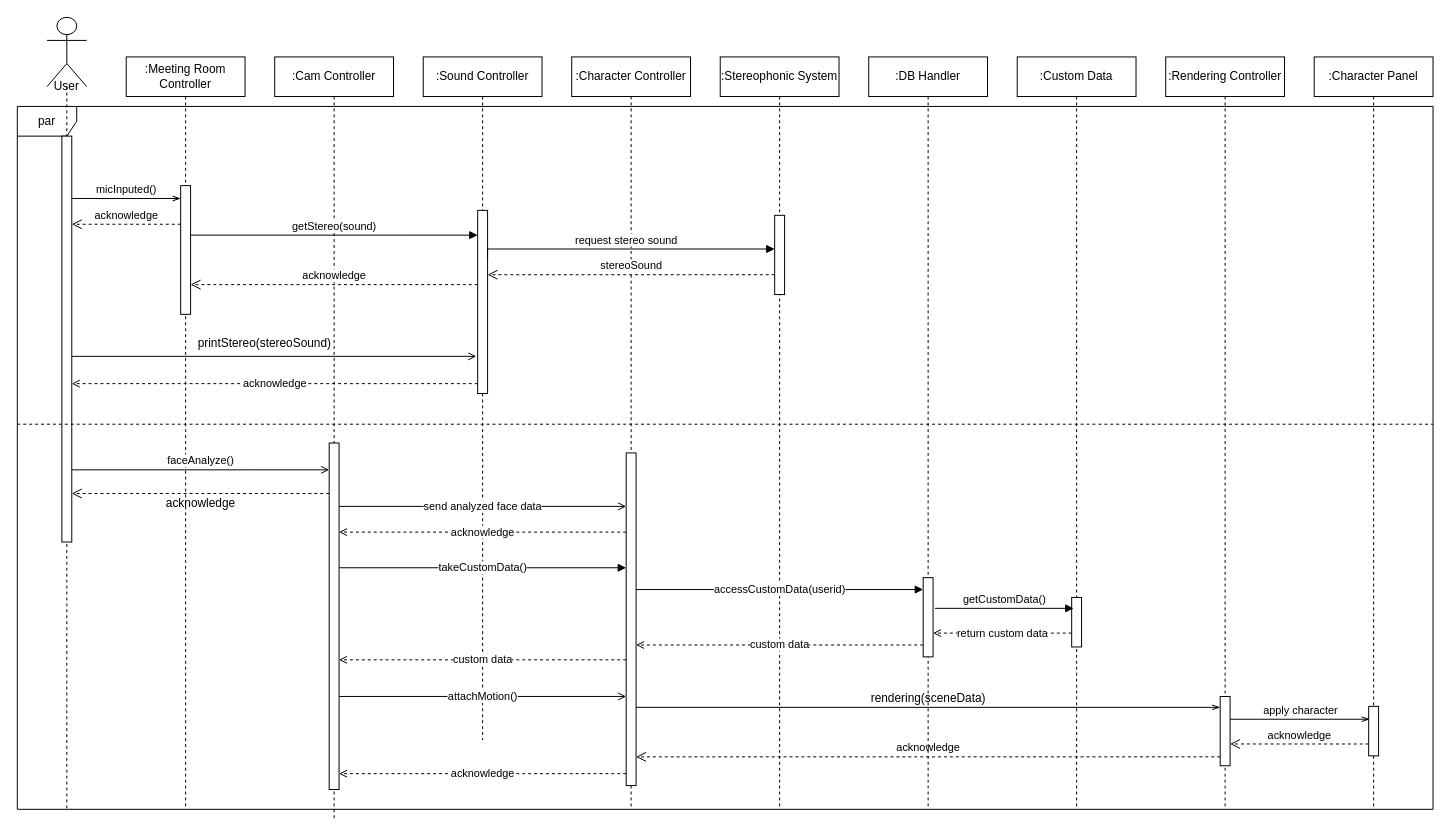
Before: SD7(1).drawio in ONFFLine/Diagram, a draw.io diagram. Source tidied: cells renumbered, new cells numbered last; positions are measured from the earlier drawing's top-left corner, leaving out a move shared by most shapes. Both pictures are drawn from the tidied source at 99%, with x=0, y=0 at pixel (17, 17).
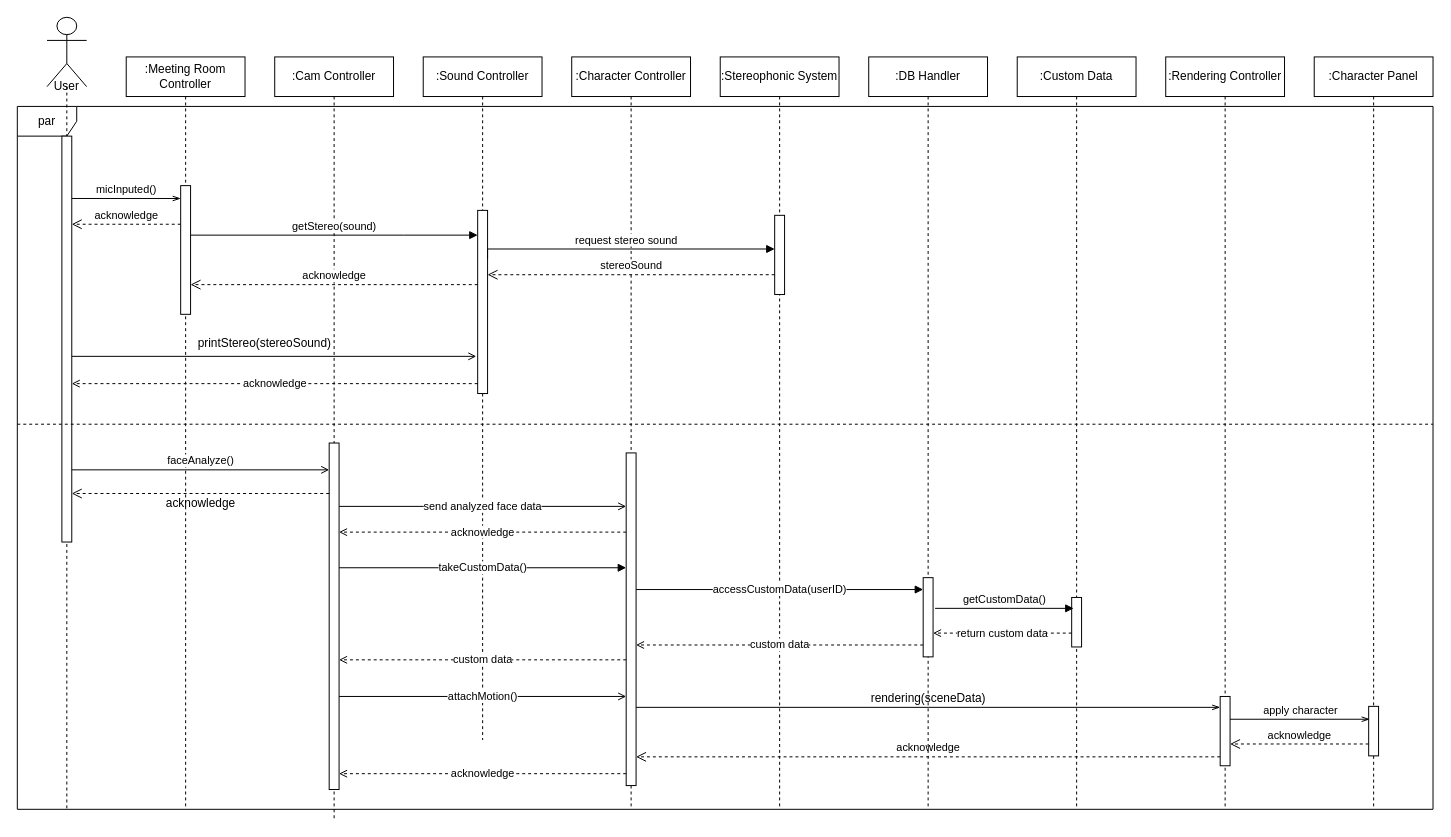
Above is the later version.

What changed in the source:
```diff
@@
-    <mxCell id="44" value="accessCustomData(userid)" style="edgeStyle=orthogonalEdgeStyle;rounded=0;orthogonalLoop=1;jettySize=auto;html=1;endArrow=block;endFill=1;" parent="1" edge="1">
+    <mxCell id="44" value="accessCustomData(userID)" style="edgeStyle=orthogonalEdgeStyle;rounded=0;orthogonalLoop=1;jettySize=auto;html=1;endArrow=block;endFill=1;" parent="1" edge="1">
       <mxGeometry relative="1" as="geometry">
         <mxPoint x="625" y="578" as="sourcePoint" />
         <mxPoint x="915" y="578" as="targetPoint" />
         <Array as="points">
           <mxPoint x="760" y="578" />
           <mxPoint x="760" y="578" />
         </Array>
       </mxGeometry>
     </mxCell>
```
